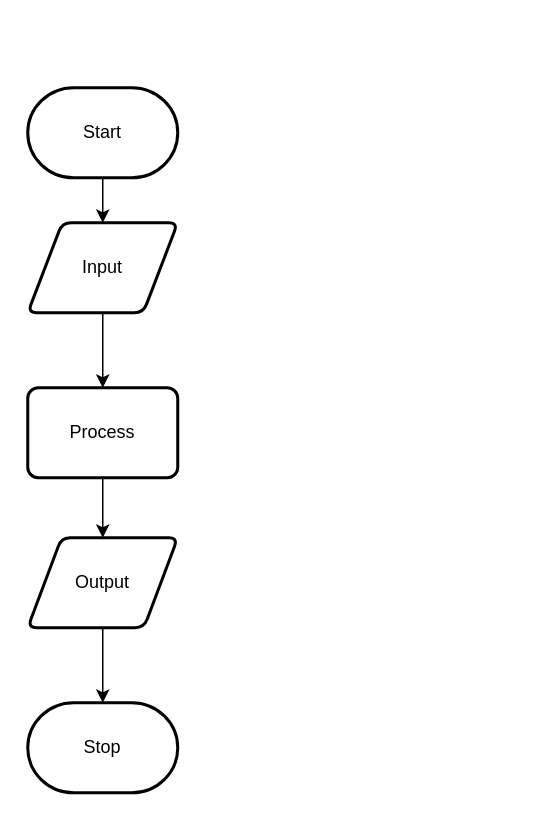
This is design/flowchart.drawio from ics4u-0-2023/ICS4U-Intro-04-TypeScript, a draw.io file, before an edit. Source tidied: cells renumbered, new cells numbered last; positions are measured from the earlier drawing's top-left corner, leaving out a move shared by most shapes. Both pictures are drawn from the tidied source at 150%, with x=0, y=0 at pixel (27, 87).
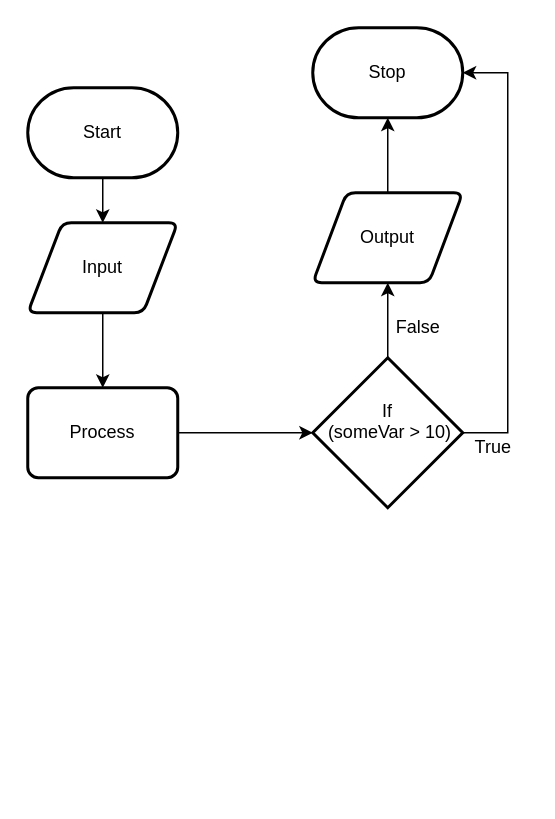
Above is the later version.

Change to the diagram source:
```diff
@@
 <mxGraphModel>
   <root>
     <mxCell id="0" />
     <mxCell id="1" parent="0" />
     <mxCell id="2" style="edgeStyle=none;html=1;" parent="1" edge="1" source="3" target="5">
       <mxGeometry relative="1" as="geometry" />
     </mxCell>
     <mxCell id="3" value="Input" style="shape=parallelogram;html=1;strokeWidth=2;perimeter=parallelogramPerimeter;whiteSpace=wrap;rounded=1;arcSize=12;size=0.23;" parent="1" vertex="1">
       <mxGeometry y="90" width="100" height="60" as="geometry" />
     </mxCell>
-    <mxCell id="4" style="edgeStyle=none;html=1;" parent="1" edge="1" source="5" target="7">
-      <mxGeometry relative="1" as="geometry" />
-    </mxCell>
+    <mxCell id="11" style="edgeStyle=none;html=1;" parent="1" edge="1" source="5" target="14">
+      <mxGeometry relative="1" as="geometry" />
+    </mxCell>
     <mxCell id="5" value="Process" style="rounded=1;whiteSpace=wrap;html=1;absoluteArcSize=1;arcSize=14;strokeWidth=2;" parent="1" vertex="1">
       <mxGeometry y="200" width="100" height="60" as="geometry" />
     </mxCell>
     <mxCell id="6" style="edgeStyle=none;html=1;" parent="1" edge="1" source="7" target="8">
       <mxGeometry relative="1" as="geometry" />
     </mxCell>
     <mxCell id="7" value="Output" style="shape=parallelogram;html=1;strokeWidth=2;perimeter=parallelogramPerimeter;whiteSpace=wrap;rounded=1;arcSize=12;size=0.22499999999999998;" parent="1" vertex="1">
-      <mxGeometry y="300" width="100" height="60" as="geometry" />
+      <mxGeometry x="190" y="70" width="100" height="60" as="geometry" />
     </mxCell>
     <mxCell id="8" value="Stop" style="strokeWidth=2;html=1;shape=mxgraph.flowchart.terminator;whiteSpace=wrap;" parent="1" vertex="1">
-      <mxGeometry y="410" width="100" height="60" as="geometry" />
+      <mxGeometry x="190" y="-40" width="100" height="60" as="geometry" />
     </mxCell>
     <mxCell id="9" style="edgeStyle=none;html=1;" parent="1" edge="1" source="10" target="3">
       <mxGeometry relative="1" as="geometry" />
     </mxCell>
     <mxCell id="10" value="Start" style="strokeWidth=2;html=1;shape=mxgraph.flowchart.terminator;whiteSpace=wrap;" parent="1" vertex="1">
       <mxGeometry width="100" height="60" as="geometry" />
     </mxCell>
+    <mxCell id="12" style="edgeStyle=none;html=1;" parent="1" edge="1" source="14" target="7">
+      <mxGeometry relative="1" as="geometry" />
+    </mxCell>
+    <mxCell id="13" style="edgeStyle=orthogonalEdgeStyle;html=1;entryX=1;entryY=0.5;entryDx=0;entryDy=0;entryPerimeter=0;rounded=0;" parent="1" edge="1" source="14" target="8">
+      <mxGeometry relative="1" as="geometry">
+        <Array as="points">
+          <mxPoint x="320" y="230" />
+          <mxPoint x="320" y="-10" />
+        </Array>
+      </mxGeometry>
+    </mxCell>
+    <mxCell id="14" value="If&lt;br&gt;&amp;nbsp;(someVar &amp;gt; 10)&lt;br&gt;&amp;nbsp;" style="strokeWidth=2;html=1;shape=mxgraph.flowchart.decision;whiteSpace=wrap;" parent="1" vertex="1">
+      <mxGeometry x="190" y="180" width="100" height="100" as="geometry" />
+    </mxCell>
+    <mxCell id="15" value="True" style="text;html=1;align=center;verticalAlign=middle;strokeColor=none;fillColor=none;" parent="1" vertex="1">
+      <mxGeometry x="285" y="225" width="50" height="30" as="geometry" />
+    </mxCell>
+    <mxCell id="16" value="False" style="text;html=1;align=center;verticalAlign=middle;strokeColor=none;fillColor=none;" parent="1" vertex="1">
+      <mxGeometry x="235" y="145" width="50" height="30" as="geometry" />
+    </mxCell>
   </root>
 </mxGraphModel>
```
